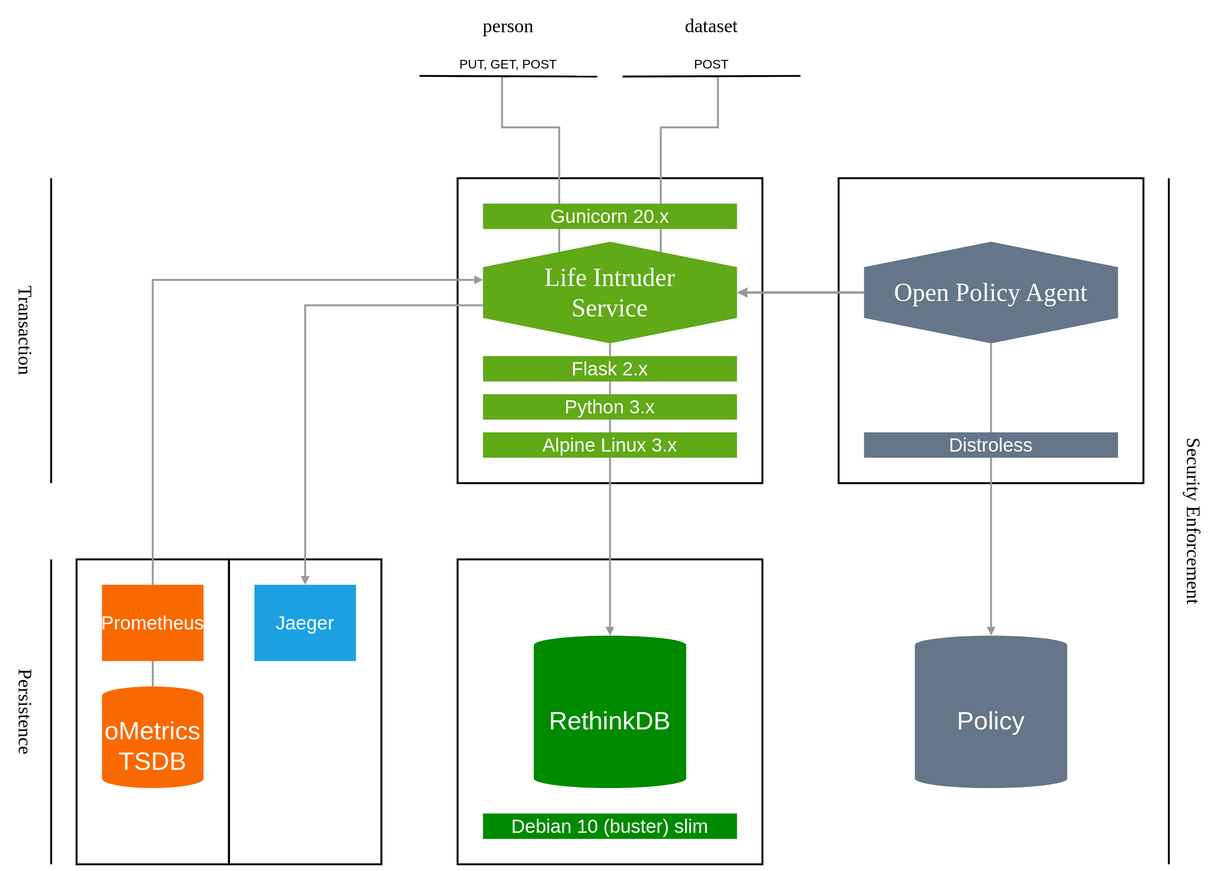
Above: docs/media/diagrams/lifeintruderservice_architecture.drawio.svg in fjudith/cloud-native-app-demo (draw.io), before the change. Source tidied: cells renumbered, new cells last; positions are measured from the earlier drawing's top-left corner, leaving out a move shared by most shapes.
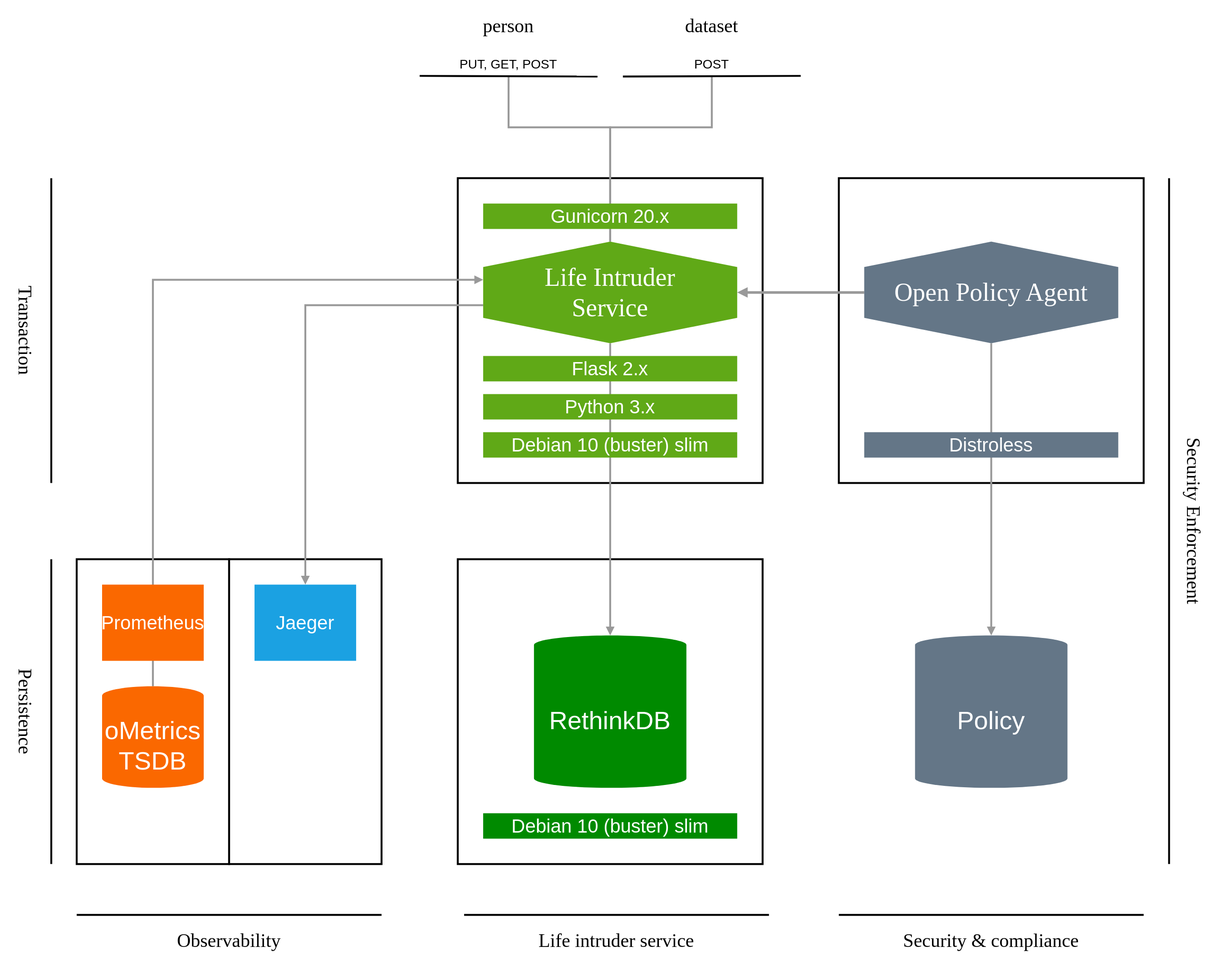
The same diagram one commit later.

The edit, as a diff of the source:
```diff
@@ -29,6 +29,33 @@
     <mxCell id="10" style="edgeStyle=orthogonalEdgeStyle;rounded=0;jettySize=auto;html=1;exitX=0.625;exitY=1;exitDx=0;exitDy=0;entryX=0.5;entryY=0;entryDx=0;entryDy=0;startArrow=none;startFill=0;endArrow=block;endFill=1;strokeColor=#999999;strokeWidth=3;fontFamily=Arial;fontSize=20;fontColor=#005700;" parent="1" edge="1" source="16" target="9">
       <mxGeometry relative="1" as="geometry" />
     </mxCell>
+    <mxCell id="43" style="endArrow=none;html=1;labelBackgroundColor=none;strokeWidth=3;fontSize=15;align=right;" parent="1" edge="1">
+      <mxGeometry relative="1" as="geometry">
+        <mxPoint x="280" y="1440" as="sourcePoint" />
+        <mxPoint x="760" y="1440" as="targetPoint" />
+      </mxGeometry>
+    </mxCell>
+    <mxCell id="44" value="Observability" style="text;html=1;strokeColor=none;fillColor=none;align=center;verticalAlign=middle;whiteSpace=wrap;rounded=0;sketch=0;fontSize=30;fontFamily=Arial Black;rotation=0;" parent="1" vertex="1">
+      <mxGeometry x="320" y="1440" width="400" height="80" as="geometry" />
+    </mxCell>
+    <mxCell id="45" style="endArrow=none;html=1;labelBackgroundColor=none;strokeWidth=3;fontSize=15;align=right;" parent="1" edge="1">
+      <mxGeometry relative="1" as="geometry">
+        <mxPoint x="890" y="1440" as="sourcePoint" />
+        <mxPoint x="1370" y="1440" as="targetPoint" />
+      </mxGeometry>
+    </mxCell>
+    <mxCell id="46" value="Life intruder service" style="text;html=1;strokeColor=none;fillColor=none;align=center;verticalAlign=middle;whiteSpace=wrap;rounded=0;sketch=0;fontSize=30;fontFamily=Arial Black;rotation=0;" parent="1" vertex="1">
+      <mxGeometry x="930" y="1440" width="400" height="80" as="geometry" />
+    </mxCell>
+    <mxCell id="47" style="endArrow=none;html=1;labelBackgroundColor=none;strokeWidth=3;fontSize=15;align=right;" parent="1" edge="1">
+      <mxGeometry relative="1" as="geometry">
+        <mxPoint x="1480" y="1440" as="sourcePoint" />
+        <mxPoint x="1960" y="1440" as="targetPoint" />
+      </mxGeometry>
+    </mxCell>
+    <mxCell id="48" value="Security &amp;amp; compliance" style="text;html=1;strokeColor=none;fillColor=none;align=center;verticalAlign=middle;whiteSpace=wrap;rounded=0;sketch=0;fontSize=30;fontFamily=Arial Black;rotation=0;" parent="1" vertex="1">
+      <mxGeometry x="1520" y="1440" width="400" height="80" as="geometry" />
+    </mxCell>
     <mxCell id="11" value="Component" parent="0" />
     <mxCell id="12" style="rounded=0;jettySize=auto;html=1;exitX=1;exitY=0.5;exitDx=0;exitDy=0;entryX=0.5;entryY=0;entryDx=0;entryDy=0;entryPerimeter=0;strokeWidth=3;endArrow=block;endFill=1;fontSize=30;strokeColor=#999999;" parent="11" edge="1" source="16" target="13">
       <mxGeometry relative="1" as="geometry" />
@@ -36,19 +63,19 @@
     <mxCell id="13" value="RethinkDB" style="shape=cylinder3;whiteSpace=wrap;html=1;boundedLbl=1;backgroundOutline=1;size=15;strokeWidth=3;fontSize=40;fillColor=#008a00;fontColor=#ffffff;strokeColor=none;" parent="11" vertex="1">
       <mxGeometry x="1000" y="1000" width="240" height="240" as="geometry" />
     </mxCell>
-    <mxCell id="14" style="edgeStyle=orthogonalEdgeStyle;rounded=0;jettySize=auto;html=1;exitX=0;exitY=0.75;exitDx=0;exitDy=0;entryX=0.5;entryY=1;entryDx=0;entryDy=0;endArrow=none;endFill=0;strokeColor=#999999;strokeWidth=3;fontSize=30;" parent="11" edge="1" source="16" target="17">
+    <mxCell id="14" style="edgeStyle=orthogonalEdgeStyle;rounded=0;jettySize=auto;html=1;exitX=0;exitY=0.5;exitDx=0;exitDy=0;entryX=0.5;entryY=1;entryDx=0;entryDy=0;endArrow=none;endFill=0;strokeColor=#999999;strokeWidth=3;fontSize=30;" parent="11" edge="1" source="16" target="17">
       <mxGeometry relative="1" as="geometry">
         <Array as="points">
-          <mxPoint x="1040" y="200" />
-          <mxPoint x="950" y="200" />
+          <mxPoint x="1120" y="200" />
+          <mxPoint x="960" y="200" />
         </Array>
       </mxGeometry>
     </mxCell>
-    <mxCell id="15" style="edgeStyle=orthogonalEdgeStyle;rounded=0;jettySize=auto;html=1;exitX=0;exitY=0.25;exitDx=0;exitDy=0;entryX=0.5;entryY=1;entryDx=0;entryDy=0;endArrow=none;endFill=0;strokeColor=#999999;strokeWidth=3;fontSize=30;" parent="11" edge="1" source="16" target="19">
+    <mxCell id="15" style="edgeStyle=orthogonalEdgeStyle;rounded=0;jettySize=auto;html=1;exitX=0;exitY=0.5;exitDx=0;exitDy=0;entryX=0.5;entryY=1;entryDx=0;entryDy=0;endArrow=none;endFill=0;strokeColor=#999999;strokeWidth=3;fontSize=30;" parent="11" edge="1" source="16" target="19">
       <mxGeometry relative="1" as="geometry">
         <Array as="points">
-          <mxPoint x="1200" y="200" />
-          <mxPoint x="1290" y="200" />
+          <mxPoint x="1120" y="200" />
+          <mxPoint x="1280" y="200" />
         </Array>
       </mxGeometry>
     </mxCell>
@@ -95,7 +122,7 @@
       <mxGeometry x="320" y="1080" width="160" height="160" as="geometry" />
     </mxCell>
     <mxCell id="28" value="Stack" parent="0" />
-    <mxCell id="29" value="Alpine Linux 3.x" style="rounded=0;whiteSpace=wrap;html=1;fontSize=30;align=center;fillColor=#60a917;strokeWidth=3;fontColor=#ffffff;strokeColor=none;" parent="28" vertex="1">
+    <mxCell id="29" value="Debian 10 (buster) slim" style="rounded=0;whiteSpace=wrap;html=1;fontSize=30;align=center;fillColor=#60a917;strokeWidth=3;fontColor=#ffffff;strokeColor=none;" parent="28" vertex="1">
       <mxGeometry x="920" y="680" width="400" height="40" as="geometry" />
     </mxCell>
     <mxCell id="30" value="Python 3.x" style="rounded=0;whiteSpace=wrap;html=1;fontSize=30;align=center;fillColor=#60a917;strokeWidth=3;fontColor=#ffffff;strokeColor=none;" parent="28" vertex="1">
```
